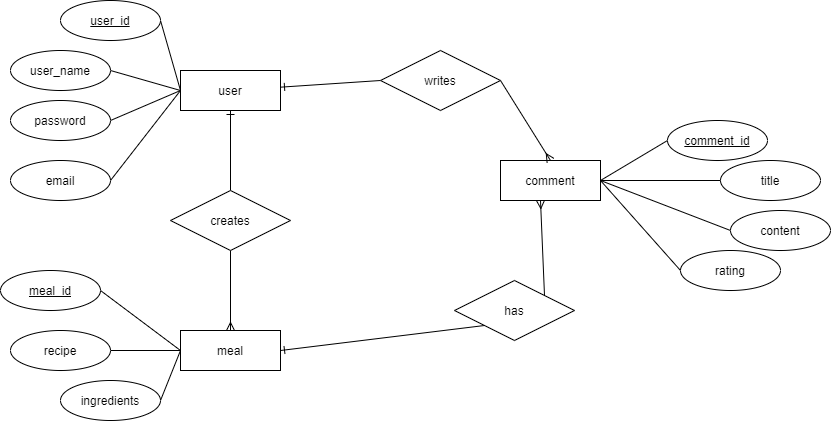
mad-prog/Chef-Express keeps this draw.io diagram as entityRelation.png. Above is the earlier version. Source tidied: cells renumbered, new cells last; positions are measured from the earlier drawing's top-left corner, leaving out a move shared by most shapes.
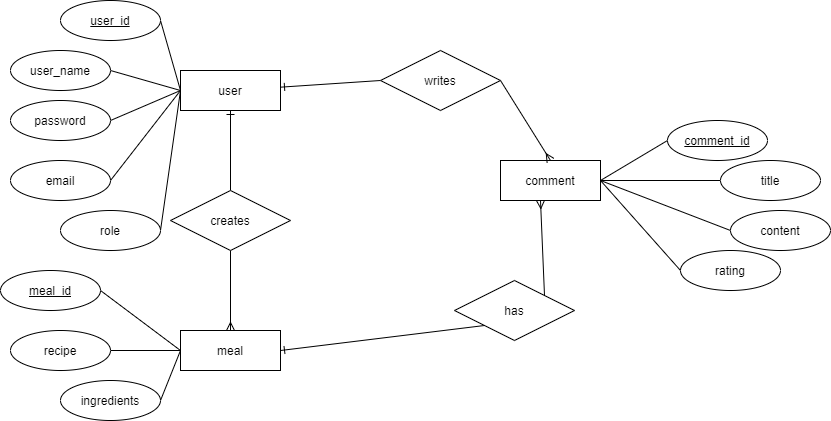
After the change.

Commit message:
chef table entityRelation.png

Change to the diagram source:
```diff
@@ -11,6 +11,9 @@
     <mxCell id="4" style="rounded=0;jettySize=auto;html=1;exitX=0;exitY=0.5;exitDx=0;exitDy=0;entryX=1;entryY=0.5;entryDx=0;entryDy=0;endArrow=none;endFill=0;" parent="1" edge="1" source="5" target="35">
       <mxGeometry relative="1" as="geometry" />
     </mxCell>
+    <mxCell id="36" style="edgeStyle=none;rounded=0;jettySize=auto;html=1;exitX=0;exitY=0.5;exitDx=0;exitDy=0;entryX=1;entryY=0.5;entryDx=0;entryDy=0;endArrow=none;endFill=0;" parent="1" edge="1" source="5" target="37">
+      <mxGeometry relative="1" as="geometry" />
+    </mxCell>
     <mxCell id="5" value="user" style="whiteSpace=wrap;html=1;align=center;" parent="1" vertex="1">
       <mxGeometry x="180" y="70" width="100" height="40" as="geometry" />
     </mxCell>
@@ -104,5 +107,8 @@
     <mxCell id="35" value="email" style="ellipse;whiteSpace=wrap;html=1;align=center;" parent="1" vertex="1">
       <mxGeometry x="10" y="160" width="100" height="40" as="geometry" />
     </mxCell>
+    <mxCell id="37" value="role" style="ellipse;whiteSpace=wrap;html=1;align=center;" parent="1" vertex="1">
+      <mxGeometry x="60" y="210" width="100" height="40" as="geometry" />
+    </mxCell>
   </root>
 </mxGraphModel>
```
